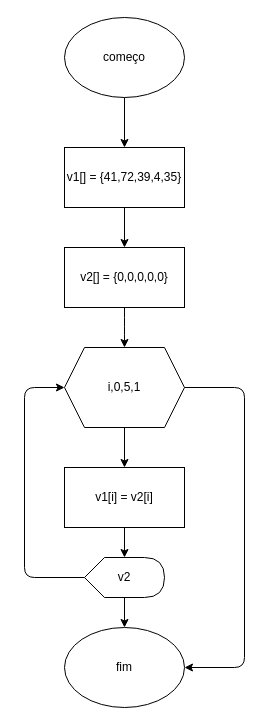
Earlier version of the draw.io diagram EX_TPA_VETOR__FLUXOS/FLUXOS TPA/EX_TPA_VETOR_10.dio (xgheter/EXERCICIOS_C). Source tidied: cells renumbered, new cells numbered last; positions are measured from the earlier drawing's top-left corner, leaving out a move shared by most shapes. Both pictures are drawn from the tidied source at 100%, with x=0, y=0 at pixel (24, 17).
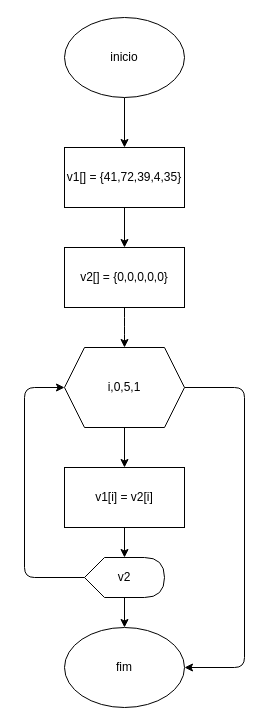
After the change.

The edit, as a diff of the source:
```diff
@@
-    <mxCell id="3" value="começo" style="ellipse;whiteSpace=wrap;html=1;" parent="1" vertex="1">
+    <mxCell id="3" value="inicio" style="ellipse;whiteSpace=wrap;html=1;" parent="1" vertex="1">
       <mxGeometry x="40" width="120" height="80" as="geometry" />
     </mxCell>
```
